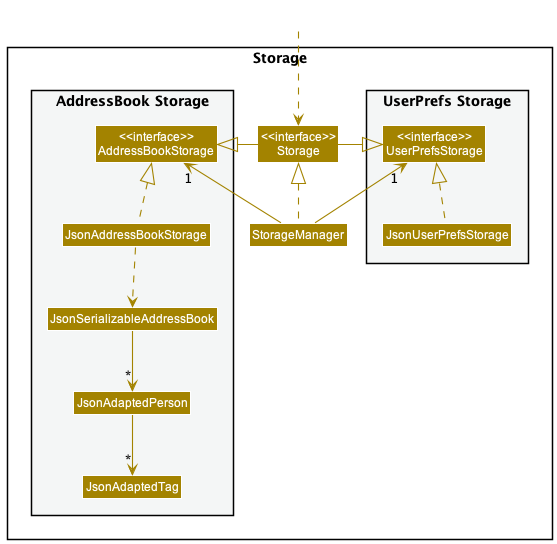
Before: docs/images/StorageClassDiagram.png, a diagram exported from PlantUML (nus-cs2103-AY2223S1/tp).
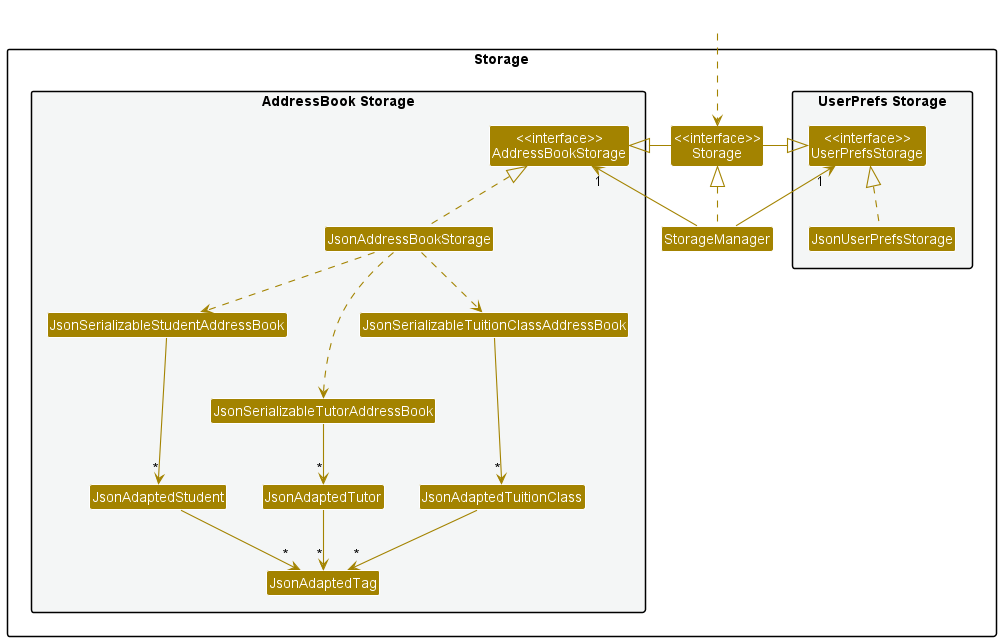
Above is the later version.

The edit, as a diff of the source:
```diff
@@ -17,8 +17,12 @@
 package "AddressBook Storage" #F4F6F6{
 Class "<<interface>>\nAddressBookStorage" as AddressBookStorage
 Class JsonAddressBookStorage
-Class JsonSerializableAddressBook
-Class JsonAdaptedPerson
+Class JsonSerializableStudentAddressBook
+Class JsonSerializableTutorAddressBook
+Class JsonSerializableTuitionClassAddressBook
+Class JsonAdaptedStudent
+Class JsonAdaptedTutor
+Class JsonAdaptedTuitionClass
 Class JsonAdaptedTag
 }
 
@@ -36,8 +40,17 @@
 
 JsonUserPrefsStorage .up.|> UserPrefsStorage
 JsonAddressBookStorage .up.|> AddressBookStorage
-JsonAddressBookStorage ..> JsonSerializableAddressBook
-JsonSerializableAddressBook --> "*" JsonAdaptedPerson
-JsonAdaptedPerson --> "*" JsonAdaptedTag
+JsonAddressBookStorage ..> JsonSerializableStudentAddressBook
+JsonAddressBookStorage ...> JsonSerializableTutorAddressBook
+JsonAddressBookStorage ..> JsonSerializableTuitionClassAddressBook
+
+
+JsonSerializableStudentAddressBook ---> "*" JsonAdaptedStudent
+JsonSerializableTutorAddressBook --> "*" JsonAdaptedTutor
+JsonSerializableTuitionClassAddressBook ---> "*" JsonAdaptedTuitionClass
+
+JsonAdaptedStudent --> "*" JsonAdaptedTag
+JsonAdaptedTutor --> "*" JsonAdaptedTag
+JsonAdaptedTuitionClass --> "*" JsonAdaptedTag
 
 @enduml
```
